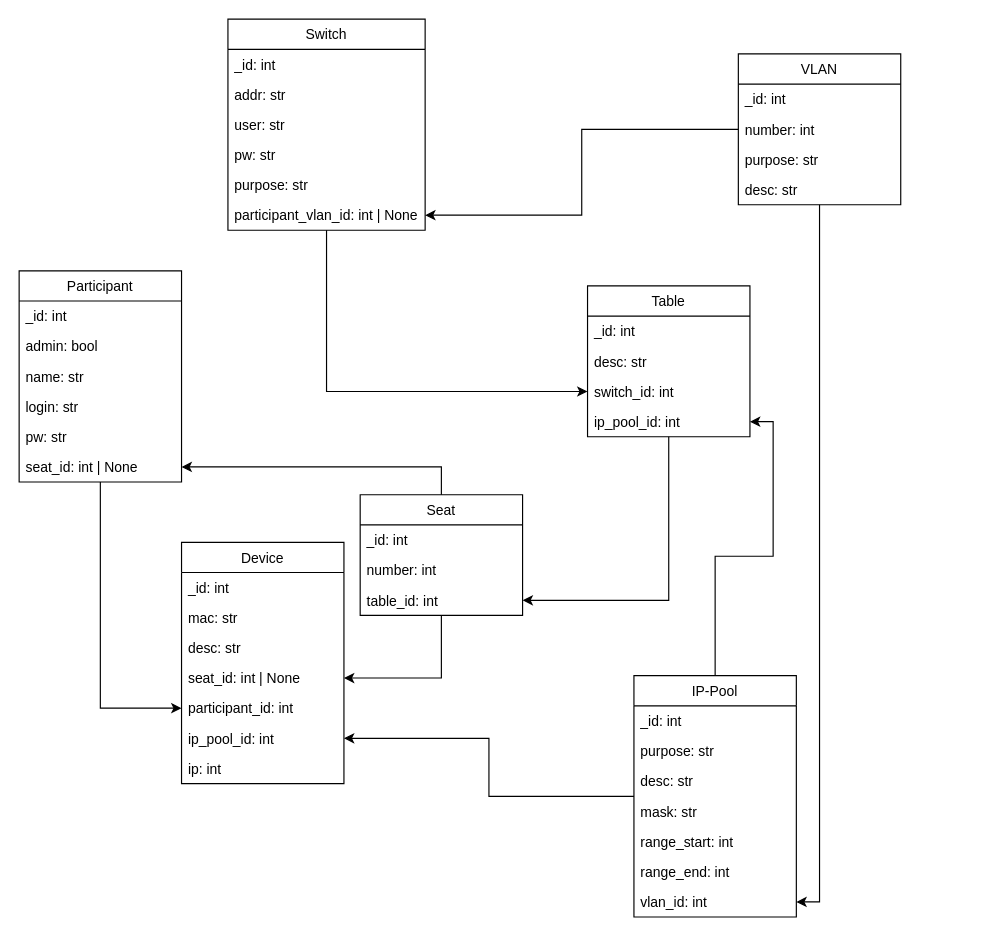
nils-ost/LanPartyOnboardingSystem keeps this draw.io diagram as docs/db_layout.drawio. Above is the earlier version. Source tidied: cells renumbered, new cells numbered last; positions are measured from the earlier drawing's top-left corner, leaving out a move shared by most shapes. Both pictures are drawn from the tidied source at 116%, with x=0, y=0 at pixel (19, 19).
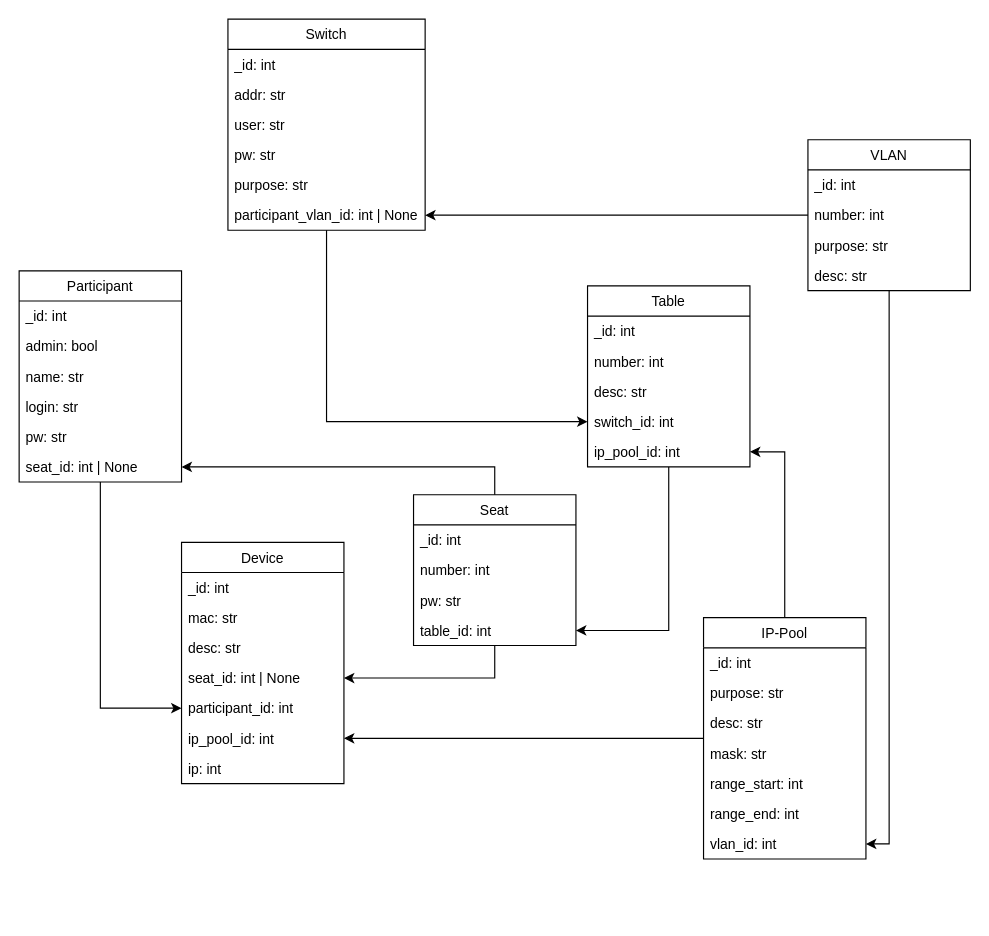
The same diagram, later.

The edit, as a diff of the source:
```diff
@@
     <mxCell id="9" value="Table" style="swimlane;fontStyle=0;horizontal=1;startSize=26;fillColor=none;" parent="1" vertex="1">
-      <mxGeometry x="490" y="230" width="140" height="130" as="geometry" />
+      <mxGeometry x="490" y="230" width="140" height="156" as="geometry" />
     </mxCell>
@@
-    <mxCell id="11" value="desc: str" style="text;strokeColor=none;fillColor=none;align=left;verticalAlign=top;spacingLeft=4;spacingRight=4;overflow=hidden;" parent="9" vertex="1">
+    <mxCell id="11" value="number: int" style="text;strokeColor=none;fillColor=none;align=left;verticalAlign=top;spacingLeft=4;spacingRight=4;overflow=hidden;" parent="9" vertex="1">
       <mxGeometry y="52" width="140" height="26" as="geometry" />
     </mxCell>
+    <mxCell id="55" value="desc: str" style="text;strokeColor=none;fillColor=none;align=left;verticalAlign=top;spacingLeft=4;spacingRight=4;overflow=hidden;" parent="9" vertex="1">
+      <mxGeometry y="78" width="140" height="26" as="geometry" />
+    </mxCell>
     <mxCell id="12" value="switch_id: int" style="text;strokeColor=none;fillColor=none;align=left;verticalAlign=top;spacingLeft=4;spacingRight=4;overflow=hidden;points=[[0,0.5],[1,0.5]];portConstraint=eastwest;" parent="9" vertex="1">
-      <mxGeometry y="78" width="140" height="26" as="geometry" />
+      <mxGeometry y="104" width="140" height="26" as="geometry" />
     </mxCell>
     <mxCell id="13" value="ip_pool_id: int" style="text;strokeColor=none;fillColor=none;align=left;verticalAlign=top;spacingLeft=4;spacingRight=4;overflow=hidden;points=[[0,0.5],[1,0.5]];portConstraint=eastwest;" parent="9" vertex="1">
-      <mxGeometry y="104" width="140" height="26" as="geometry" />
+      <mxGeometry y="130" width="140" height="26" as="geometry" />
     </mxCell>
@@
     <mxCell id="16" value="Seat" style="swimlane;fontStyle=0;horizontal=1;startSize=26;fillColor=none;" parent="1" vertex="1">
-      <mxGeometry x="294" y="410" width="140" height="104" as="geometry" />
+      <mxGeometry x="340" y="410" width="140" height="130" as="geometry" />
     </mxCell>
@@
+    <mxCell id="56" value="pw: str" style="text;strokeColor=none;fillColor=none;align=left;verticalAlign=top;spacingLeft=4;spacingRight=4;overflow=hidden;" parent="16" vertex="1">
+      <mxGeometry y="78" width="140" height="26" as="geometry" />
+    </mxCell>
     <mxCell id="19" value="table_id: int" style="text;strokeColor=none;fillColor=none;align=left;verticalAlign=top;spacingLeft=4;spacingRight=4;overflow=hidden;points=[[0,0.5],[1,0.5]];portConstraint=eastwest;" parent="16" vertex="1">
-      <mxGeometry y="78" width="140" height="26" as="geometry" />
+      <mxGeometry y="104" width="140" height="26" as="geometry" />
     </mxCell>
@@
     <mxCell id="37" value="VLAN" style="swimlane;fontStyle=0;horizontal=1;startSize=26;fillColor=none;" parent="1" vertex="1">
-      <mxGeometry x="620" y="30" width="140" height="130" as="geometry" />
+      <mxGeometry x="680" y="104" width="140" height="130" as="geometry" />
     </mxCell>
@@
     <mxCell id="43" value="IP-Pool" style="swimlane;fontStyle=0;horizontal=1;startSize=26;fillColor=none;" parent="1" vertex="1">
-      <mxGeometry x="530" y="566" width="140" height="208" as="geometry" />
+      <mxGeometry x="590" y="516" width="140" height="208" as="geometry" />
     </mxCell>
```
